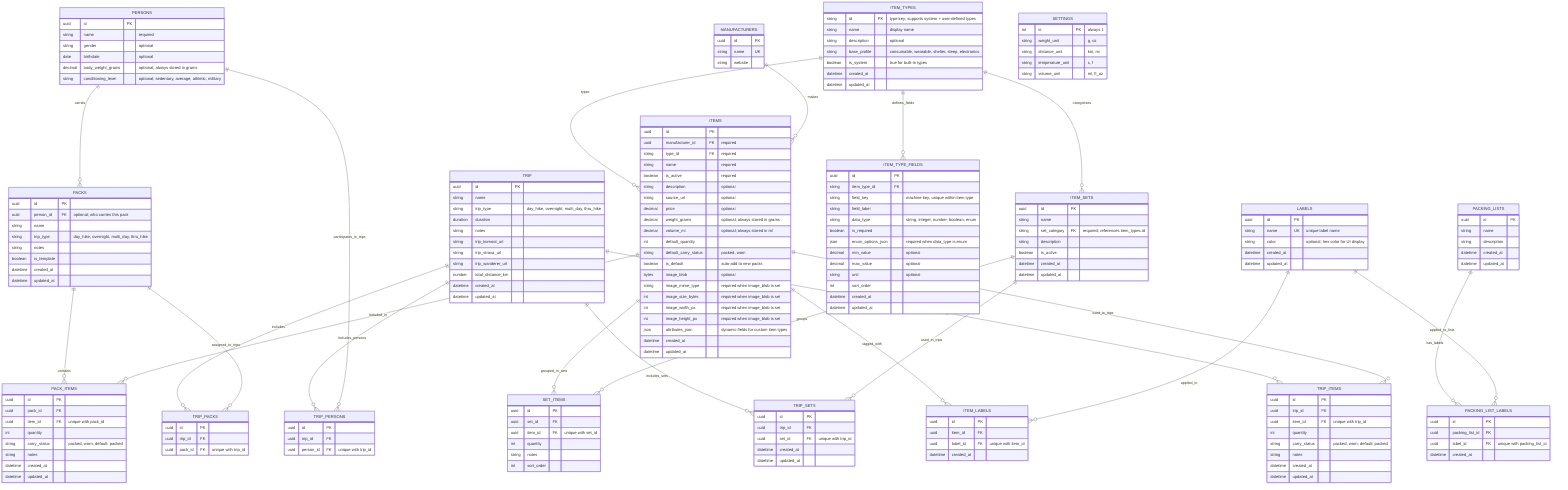
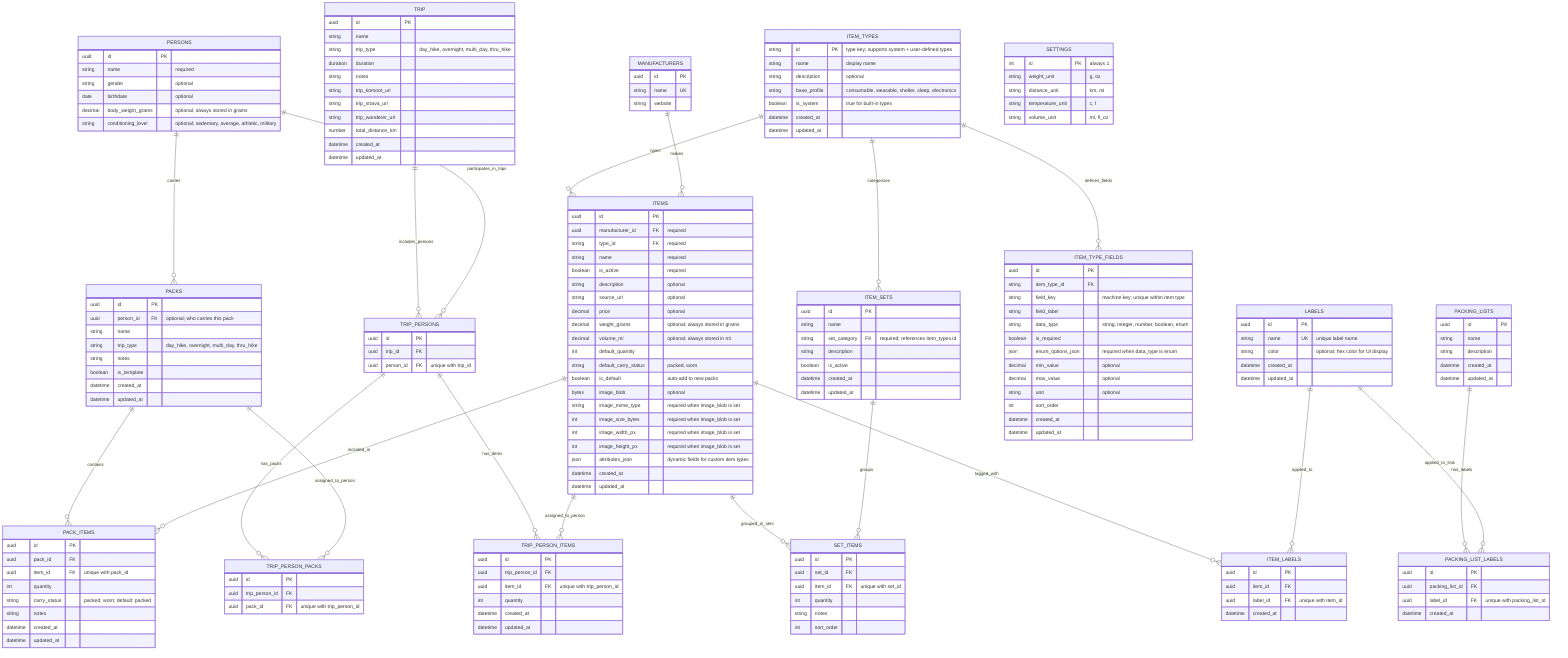

erDiagram
    PACKS ||--o{ PACK_ITEMS : contains
    PERSONS ||--o{ PACKS : carries

    ITEMS ||--o{ PACK_ITEMS : included_in
    ITEMS ||--o{ SET_ITEMS : grouped_in_sets
    ITEMS ||--o{ ITEM_LABELS : tagged_with

    LABELS ||--o{ ITEM_LABELS : applied_to

    ITEM_SETS ||--o{ SET_ITEMS : groups
    ITEM_TYPES ||--o{ ITEM_SETS : categorizes

    ITEM_TYPES ||--o{ ITEMS : types
    ITEM_TYPES ||--o{ ITEM_TYPE_FIELDS : defines_fields
    MANUFACTURERS ||--o{ ITEMS : makes

-     TRIP ||--o{ TRIP_PACKS : includes
-     PACKS ||--o{ TRIP_PACKS : assigned_to_trips
- 
-     TRIP ||--o{ TRIP_ITEMS : contains_items
-     ITEMS ||--o{ TRIP_ITEMS : used_in_trips
- 
-     TRIP ||--o{ TRIP_SETS : includes_sets
-     ITEM_SETS ||--o{ TRIP_SETS : used_in_trips
- 
    TRIP ||--o{ TRIP_PERSONS : includes_persons
    PERSONS ||--o{ TRIP_PERSONS : participates_in_trips
+ 
+     TRIP_PERSONS ||--o{ TRIP_PERSON_PACKS : has_packs
+     PACKS ||--o{ TRIP_PERSON_PACKS : assigned_to_person
+ 
+     TRIP_PERSONS ||--o{ TRIP_PERSON_ITEMS : has_items
+     ITEMS ||--o{ TRIP_PERSON_ITEMS : assigned_to_person

    PACKING_LISTS ||--o{ PACKING_LIST_LABELS : has_labels
    LABELS ||--o{ PACKING_LIST_LABELS : applied_to_lists

    SETTINGS {
        int id PK "always 1"
        string weight_unit "g, oz"
        string distance_unit "km, mi"
        string temperature_unit "c, f"
        string volume_unit "ml, fl_oz"
    }

    PERSONS {
        uuid id PK
        string name "required"
        string gender "optional"
        date birthdate "optional"
        decimal body_weight_grams "optional; always stored in grams"
        string conditioning_level "optional; sedentary, average, athletic, military"
    }

    ITEMS {
        uuid id PK
        uuid manufacturer_id FK "required"
        string type_id FK "required"
        string name "required"
        boolean is_active "required"
        string description "optional"
        string source_url "optional"
        decimal price "optional"
        decimal weight_grams "optional; always stored in grams"
        decimal volume_ml "optional; always stored in ml"
        int default_quantity
        string default_carry_status "packed, worn"
        boolean is_default "auto-add to new packs"
        bytes image_blob "optional"
        string image_mime_type "required when image_blob is set"
        int image_size_bytes "required when image_blob is set"
        int image_width_px "required when image_blob is set"
        int image_height_px "required when image_blob is set"
        json attributes_json "dynamic fields for custom item types"
        datetime created_at
        datetime updated_at
    }

    ITEM_TYPES {
        string id PK "type key; supports system + user-defined types"
        string name "display name"
        string description "optional"
        string base_profile "consumable, wearable, shelter, sleep, electronics"
        boolean is_system "true for built-in types"
        datetime created_at
        datetime updated_at
    }

    ITEM_TYPE_FIELDS {
        uuid id PK
        string item_type_id FK
        string field_key "machine key; unique within item type"
        string field_label
        string data_type "string, integer, number, boolean, enum"
        boolean is_required
        json enum_options_json "required when data_type is enum"
        decimal min_value "optional"
        decimal max_value "optional"
        string unit "optional"
        int sort_order
        datetime created_at
        datetime updated_at
    }

    LABELS {
        uuid id PK
        string name UK "unique label name"
        string color "optional; hex color for UI display"
        datetime created_at
        datetime updated_at
    }

    ITEM_LABELS {
        uuid id PK
        uuid item_id FK
        uuid label_id FK "unique with item_id"
        datetime created_at
    }

    MANUFACTURERS {
        uuid id PK
        string name UK
        string website
    }

    ITEM_SETS {
        uuid id PK
        string name
        string set_category FK "required; references item_types.id"
        string description
        boolean is_active
        datetime created_at
        datetime updated_at
    }

    SET_ITEMS {
        uuid id PK
        uuid set_id FK
        uuid item_id FK "unique with set_id"
        int quantity
        string notes
        int sort_order
    }

    PACKS {
        uuid id PK
        uuid person_id FK "optional; who carries this pack"
        string name
        string trip_type "day_hike, overnight, multi_day, thru_hike"
        string notes
        boolean is_template
        datetime created_at
        datetime updated_at
    }

    PACK_ITEMS {
        uuid id PK
        uuid pack_id FK
        uuid item_id FK "unique with pack_id"
        int quantity
        string carry_status "packed, worn; default: packed"
        string notes
        datetime created_at
        datetime updated_at
    }

    TRIP {
        uuid id PK
        string name
        string trip_type "day_hike, overnight, multi_day, thru_hike"
        duration duration
        string notes
        string trip_komoot_url
        string trip_strava_url
        string trip_wanderer_url
        number total_distance_km
        datetime created_at
        datetime updated_at
    }

-     TRIP_PACKS {
-         uuid id PK
-         uuid trip_id FK
-         uuid pack_id FK "unique with trip_id"
-     }
- 
-     TRIP_ITEMS {
-         uuid id PK
-         uuid trip_id FK
-         uuid item_id FK "unique with trip_id"
-         int quantity
-         string carry_status "packed, worn; default: packed"
-         string notes
-         datetime created_at
-         datetime updated_at
-     }
- 
-     TRIP_SETS {
-         uuid id PK
-         uuid trip_id FK
-         uuid set_id FK "unique with trip_id"
-         datetime created_at
-         datetime updated_at
-     }
- 
    TRIP_PERSONS {
        uuid id PK
        uuid trip_id FK
        uuid person_id FK "unique with trip_id"
    }

+     TRIP_PERSON_PACKS {
+         uuid id PK
+         uuid trip_person_id FK
+         uuid pack_id FK "unique with trip_person_id"
+     }
+ 
+     TRIP_PERSON_ITEMS {
+         uuid id PK
+         uuid trip_person_id FK
+         uuid item_id FK "unique with trip_person_id"
+         int quantity
+         datetime created_at
+         datetime updated_at
+     }
+ 
    PACKING_LISTS {
        uuid id PK
        string name
        string description
        datetime created_at
        datetime updated_at
    }

    PACKING_LIST_LABELS {
        uuid id PK
        uuid packing_list_id FK
        uuid label_id FK "unique with packing_list_id"
        datetime created_at
    }